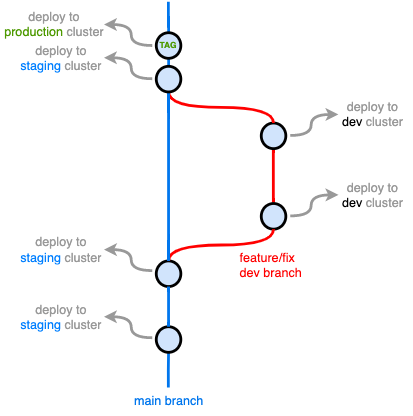
Above: docs/assets/deployment-workflow-simple-light.png in bcit-ltc/infrastructure-documentation (draw.io), before the change. Source tidied: cells renumbered, new cells last; positions are measured from the earlier drawing's top-left corner, leaving out a move shared by most shapes.
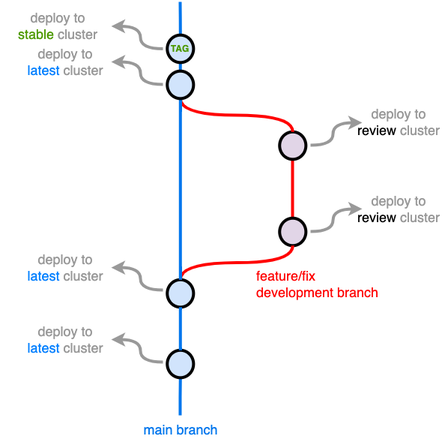
After the commit.

The edit, as a diff of the source:
```diff
@@ -2,8 +2,8 @@
   <root>
     <mxCell id="0" />
     <mxCell id="1" parent="0" />
-    <mxCell id="2" value="&lt;div&gt;&lt;span&gt;feature/fix dev branch&lt;/span&gt;&lt;/div&gt;" style="text;html=1;strokeColor=none;fillColor=none;align=left;verticalAlign=middle;whiteSpace=wrap;overflow=hidden;fontSize=18;fontStyle=0;fontColor=#FF0000;rotation=0;" parent="1" vertex="1">
-      <mxGeometry x="340.3" y="346.1" width="100" height="60" as="geometry" />
+    <mxCell id="2" value="&lt;div&gt;&lt;span&gt;feature/fix development branch&lt;/span&gt;&lt;/div&gt;" style="text;html=1;strokeColor=none;fillColor=none;align=left;verticalAlign=middle;whiteSpace=wrap;overflow=hidden;fontSize=18;fontStyle=0;fontColor=#FF0000;rotation=0;" parent="1" vertex="1">
+      <mxGeometry x="340.3" y="346.1" width="167.7" height="60" as="geometry" />
     </mxCell>
     <mxCell id="3" value="&lt;font style=&quot;font-size: 18px&quot;&gt;&lt;font color=&quot;#0076ed&quot; style=&quot;font-size: 18px&quot;&gt;main branch&lt;/font&gt;&lt;br style=&quot;font-size: 18px&quot;&gt;&lt;/font&gt;" style="text;html=1;strokeColor=none;fillColor=none;align=center;verticalAlign=middle;whiteSpace=wrap;overflow=hidden;fontSize=18;fontStyle=0;fontColor=#009900;rotation=0;" parent="1" vertex="1">
       <mxGeometry x="168.5" y="550" width="143.5" height="40" as="geometry" />
@@ -27,10 +27,10 @@
         <mxPoint x="240" y="551" as="sourcePoint" />
       </mxGeometry>
     </mxCell>
-    <mxCell id="7" style="verticalLabelPosition=bottom;verticalAlign=top;html=1;strokeWidth=4;shape=mxgraph.flowchart.on-page_reference;plain-purple;gradientColor=none;strokeColor=#000000;rotation=-90;fontSize=18;fillColor=#D1E4FC;" parent="1" vertex="1">
+    <mxCell id="7" style="verticalLabelPosition=bottom;verticalAlign=top;html=1;strokeWidth=4;shape=mxgraph.flowchart.on-page_reference;plain-purple;gradientColor=none;strokeColor=#000000;rotation=-90;fontSize=18;" parent="1" vertex="1">
       <mxGeometry x="372" y="289" width="36.6" height="35.1" as="geometry" />
     </mxCell>
-    <mxCell id="8" style="verticalLabelPosition=bottom;verticalAlign=top;html=1;strokeWidth=4;shape=mxgraph.flowchart.on-page_reference;plain-purple;gradientColor=none;strokeColor=#000000;rotation=-90;fontSize=18;fillColor=#D1E4FC;" parent="1" vertex="1">
+    <mxCell id="8" style="verticalLabelPosition=bottom;verticalAlign=top;html=1;strokeWidth=4;shape=mxgraph.flowchart.on-page_reference;plain-purple;gradientColor=none;strokeColor=#000000;rotation=-90;fontSize=18;" parent="1" vertex="1">
       <mxGeometry x="372" y="174" width="36.6" height="35.1" as="geometry" />
     </mxCell>
     <mxCell id="9" style="edgeStyle=orthogonalEdgeStyle;curved=1;rounded=0;html=1;exitX=1;exitY=0.5;exitPerimeter=0;entryX=0;entryY=0.5;entryPerimeter=0;endArrow=none;endFill=0;jettySize=auto;strokeWidth=4;fontSize=18;entryDx=0;entryDy=0;strokeColor=#FF0000;fontColor=#FF0000;" parent="1" edge="1" source="8" target="21">
@@ -81,7 +81,7 @@
         </Array>
       </mxGeometry>
     </mxCell>
-    <mxCell id="18" value="&lt;font style=&quot;font-size: 18px&quot;&gt;&lt;font&gt;&lt;font style=&quot;font-size: 18px&quot;&gt;deploy to&lt;br&gt;&lt;/font&gt;&lt;font color=&quot;#007fff&quot;&gt;staging &lt;/font&gt;cluster&lt;/font&gt;&lt;br style=&quot;font-size: 18px&quot;&gt;&lt;/font&gt;" style="text;html=1;strokeColor=none;fillColor=none;align=center;verticalAlign=middle;whiteSpace=wrap;overflow=hidden;fontSize=18;fontStyle=0;fontColor=#999999;rotation=0;" parent="1" vertex="1">
+    <mxCell id="18" value="&lt;font style=&quot;font-size: 18px&quot;&gt;&lt;font&gt;&lt;font style=&quot;font-size: 18px&quot;&gt;deploy to&lt;br&gt;&lt;/font&gt;&lt;font color=&quot;#007fff&quot;&gt;latest&amp;nbsp;&lt;/font&gt;cluster&lt;/font&gt;&lt;br style=&quot;font-size: 18px&quot;&gt;&lt;/font&gt;" style="text;html=1;strokeColor=none;fillColor=none;align=center;verticalAlign=middle;whiteSpace=wrap;overflow=hidden;fontSize=18;fontStyle=0;fontColor=#999999;rotation=0;" parent="1" vertex="1">
       <mxGeometry x="20" y="54.5" width="133.5" height="50" as="geometry" />
     </mxCell>
     <mxCell id="19" style="edgeStyle=orthogonalEdgeStyle;curved=1;rounded=0;jettySize=auto;html=1;endArrow=none;endFill=0;strokeWidth=4;fontFamily=Courier New;fontSize=18;strokeColor=#0076ED;" parent="1" edge="1" source="21" target="20">
@@ -106,7 +106,7 @@
         </Array>
       </mxGeometry>
     </mxCell>
-    <mxCell id="24" value="&lt;font style=&quot;font-size: 18px&quot;&gt;&lt;font&gt;&lt;font style=&quot;font-size: 18px&quot;&gt;deploy to&lt;br&gt;&lt;/font&gt;&lt;font color=&quot;#4d9900&quot;&gt;production &lt;/font&gt;cluster&lt;/font&gt;&lt;br style=&quot;font-size: 18px&quot;&gt;&lt;/font&gt;" style="text;html=1;strokeColor=none;fillColor=none;align=center;verticalAlign=middle;whiteSpace=wrap;overflow=hidden;fontSize=18;fontStyle=0;fontColor=#999999;rotation=0;" parent="1" vertex="1">
+    <mxCell id="24" value="&lt;font style=&quot;font-size: 18px&quot;&gt;&lt;font&gt;&lt;font style=&quot;font-size: 18px&quot;&gt;deploy to&lt;br&gt;&lt;/font&gt;&lt;font color=&quot;#4d9900&quot;&gt;stable&amp;nbsp;&lt;/font&gt;cluster&lt;/font&gt;&lt;br style=&quot;font-size: 18px&quot;&gt;&lt;/font&gt;" style="text;html=1;strokeColor=none;fillColor=none;align=center;verticalAlign=middle;whiteSpace=wrap;overflow=hidden;fontSize=18;fontStyle=0;fontColor=#999999;rotation=0;" parent="1" vertex="1">
       <mxGeometry y="6.5" width="153.5" height="50" as="geometry" />
     </mxCell>
     <mxCell id="25" style="curved=1;endArrow=classic;html=1;rounded=0;strokeWidth=4;strokeColor=#999999;fontColor=none;" parent="1" edge="1">
@@ -119,7 +119,7 @@
         </Array>
       </mxGeometry>
     </mxCell>
-    <mxCell id="26" value="&lt;font style=&quot;font-size: 18px&quot;&gt;&lt;font&gt;&lt;font style=&quot;font-size: 18px&quot;&gt;deploy to&lt;br&gt;&lt;/font&gt;&lt;font color=&quot;#000000&quot;&gt;dev &lt;/font&gt;cluster&lt;/font&gt;&lt;br style=&quot;font-size: 18px&quot;&gt;&lt;/font&gt;" style="text;html=1;strokeColor=none;fillColor=none;align=center;verticalAlign=middle;whiteSpace=wrap;overflow=hidden;fontSize=18;fontStyle=0;fontColor=#999999;rotation=0;flipH=1;" parent="1" vertex="1">
+    <mxCell id="26" value="&lt;font style=&quot;font-size: 18px&quot;&gt;&lt;font&gt;&lt;font style=&quot;font-size: 18px&quot;&gt;deploy to&lt;br&gt;&lt;/font&gt;&lt;font color=&quot;#000000&quot;&gt;review&amp;nbsp;&lt;/font&gt;cluster&lt;/font&gt;&lt;br style=&quot;font-size: 18px&quot;&gt;&lt;/font&gt;" style="text;html=1;strokeColor=none;fillColor=none;align=center;verticalAlign=middle;whiteSpace=wrap;overflow=hidden;fontSize=18;fontStyle=0;fontColor=#999999;rotation=0;flipH=1;" parent="1" vertex="1">
       <mxGeometry x="475" y="135.1" width="114" height="50" as="geometry" />
     </mxCell>
     <mxCell id="27" style="curved=1;endArrow=classic;html=1;rounded=0;strokeWidth=4;strokeColor=#999999;fontColor=none;" parent="1" edge="1">
@@ -132,13 +132,13 @@
         </Array>
       </mxGeometry>
     </mxCell>
-    <mxCell id="28" value="&lt;font style=&quot;font-size: 18px&quot;&gt;&lt;font&gt;&lt;font style=&quot;font-size: 18px&quot;&gt;deploy to&lt;br&gt;&lt;/font&gt;&lt;font color=&quot;#000000&quot;&gt;dev&lt;/font&gt; cluster&lt;/font&gt;&lt;br style=&quot;font-size: 18px&quot;&gt;&lt;/font&gt;" style="text;html=1;strokeColor=none;fillColor=none;align=center;verticalAlign=middle;whiteSpace=wrap;overflow=hidden;fontSize=18;fontStyle=0;fontColor=#999999;rotation=0;flipH=1;" parent="1" vertex="1">
+    <mxCell id="28" value="&lt;font style=&quot;font-size: 18px&quot;&gt;&lt;font&gt;&lt;font style=&quot;font-size: 18px&quot;&gt;deploy to&lt;br&gt;&lt;/font&gt;&lt;font color=&quot;#000000&quot;&gt;review&amp;nbsp;&lt;/font&gt;cluster&lt;/font&gt;&lt;br style=&quot;font-size: 18px&quot;&gt;&lt;/font&gt;" style="text;html=1;strokeColor=none;fillColor=none;align=center;verticalAlign=middle;whiteSpace=wrap;overflow=hidden;fontSize=18;fontStyle=0;fontColor=#999999;rotation=0;flipH=1;" parent="1" vertex="1">
       <mxGeometry x="475" y="251" width="114" height="50" as="geometry" />
     </mxCell>
-    <mxCell id="29" value="&lt;font style=&quot;font-size: 18px&quot;&gt;&lt;font&gt;&lt;font style=&quot;font-size: 18px&quot;&gt;deploy to&lt;br&gt;&lt;/font&gt;&lt;font color=&quot;#007fff&quot;&gt;staging &lt;/font&gt;cluster&lt;/font&gt;&lt;br style=&quot;font-size: 18px&quot;&gt;&lt;/font&gt;" style="text;html=1;strokeColor=none;fillColor=none;align=center;verticalAlign=middle;whiteSpace=wrap;overflow=hidden;fontSize=18;fontStyle=0;fontColor=#999999;rotation=0;" parent="1" vertex="1">
+    <mxCell id="29" value="&lt;font style=&quot;font-size: 18px&quot;&gt;&lt;font&gt;&lt;font style=&quot;font-size: 18px&quot;&gt;deploy to&lt;br&gt;&lt;/font&gt;&lt;font color=&quot;#007fff&quot;&gt;latest&amp;nbsp;&lt;/font&gt;cluster&lt;/font&gt;&lt;br style=&quot;font-size: 18px&quot;&gt;&lt;/font&gt;" style="text;html=1;strokeColor=none;fillColor=none;align=center;verticalAlign=middle;whiteSpace=wrap;overflow=hidden;fontSize=18;fontStyle=0;fontColor=#999999;rotation=0;" parent="1" vertex="1">
       <mxGeometry x="20" y="329.1" width="133.5" height="50" as="geometry" />
     </mxCell>
-    <mxCell id="30" value="&lt;font style=&quot;font-size: 18px&quot;&gt;&lt;font&gt;&lt;font style=&quot;font-size: 18px&quot;&gt;deploy to&lt;br&gt;&lt;/font&gt;&lt;font color=&quot;#007fff&quot;&gt;staging &lt;/font&gt;cluster&lt;/font&gt;&lt;br style=&quot;font-size: 18px&quot;&gt;&lt;/font&gt;" style="text;html=1;strokeColor=none;fillColor=none;align=center;verticalAlign=middle;whiteSpace=wrap;overflow=hidden;fontSize=18;fontStyle=0;fontColor=#999999;rotation=0;" parent="1" vertex="1">
+    <mxCell id="30" value="&lt;font style=&quot;font-size: 18px&quot;&gt;&lt;font&gt;&lt;font style=&quot;font-size: 18px&quot;&gt;deploy to&lt;br&gt;&lt;/font&gt;&lt;font color=&quot;#007fff&quot;&gt;latest&amp;nbsp;&lt;/font&gt;cluster&lt;/font&gt;&lt;br style=&quot;font-size: 18px&quot;&gt;&lt;/font&gt;" style="text;html=1;strokeColor=none;fillColor=none;align=center;verticalAlign=middle;whiteSpace=wrap;overflow=hidden;fontSize=18;fontStyle=0;fontColor=#999999;rotation=0;" parent="1" vertex="1">
       <mxGeometry x="20" y="425" width="133.5" height="50" as="geometry" />
     </mxCell>
   </root>
```
